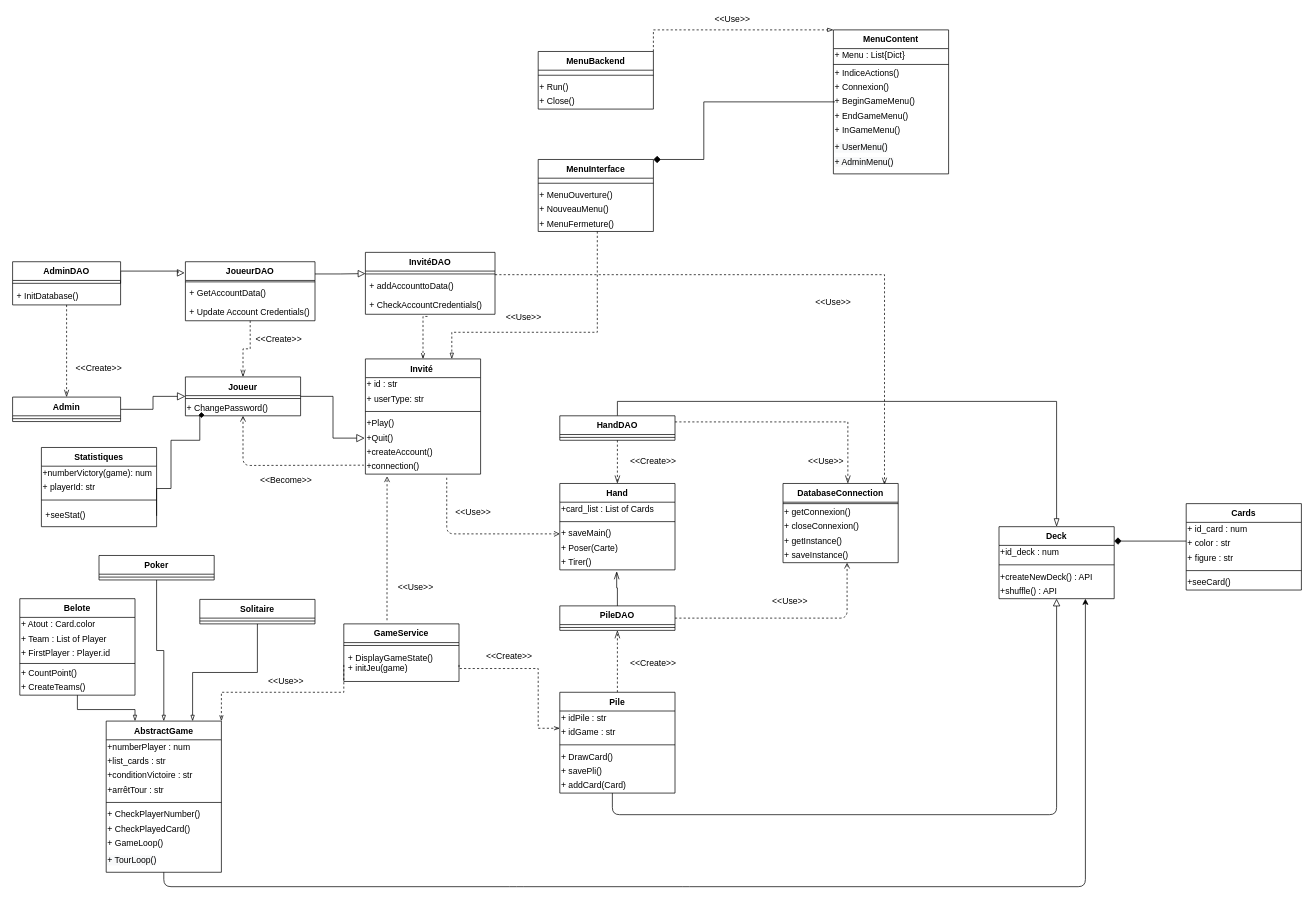
This is Diagrams/ClassDiagram.drawio from MailineN/ProjetInfo2A, a draw.io file, before an edit. Source tidied: cells renumbered, new cells numbered last; positions are measured from the earlier drawing's top-left corner, leaving out a move shared by most shapes. Both pictures are drawn from the tidied source at 72%, with x=0, y=0 at pixel (12, 12).
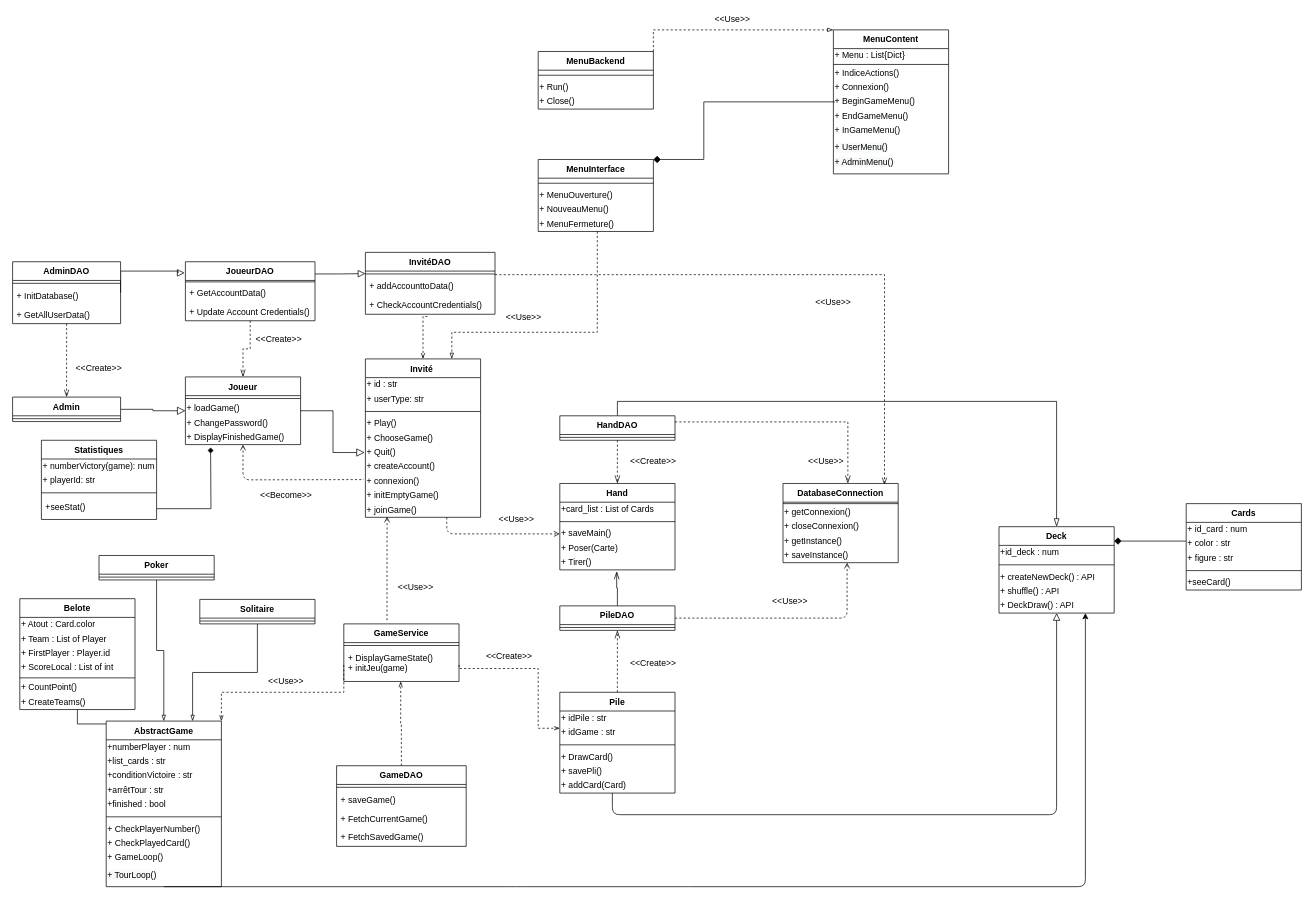
The same diagram, later.

The change refers to these unchanged cells:
```xml
<mxCell id="10" value="+ DisplayGameState()&#10;+ initJeu(game)" style="text;strokeColor=none;fillColor=none;align=left;verticalAlign=top;spacingLeft=4;spacingRight=4;overflow=hidden;points=[[0,0.5],[1,0.5]];portConstraint=eastwest;" parent="8" vertex="1">
  <mxGeometry y="34" width="160" height="46" as="geometry" />
</mxCell>
```

Diff of the diagram source:
```diff
@@
-<mxGraphModel>
+<mxGraphModel background="#ffffff">
@@
     <mxCell id="24" value="&amp;lt;&amp;lt;Use&amp;gt;&amp;gt;" style="text;html=1;strokeColor=none;fillColor=none;align=center;verticalAlign=middle;whiteSpace=wrap;rounded=0;fontColor=none;" parent="1" vertex="1">
-      <mxGeometry x="620" y="684" width="40" height="20" as="geometry" />
+      <mxGeometry x="680" y="694" width="40" height="20" as="geometry" />
     </mxCell>
@@
     <mxCell id="40" value="Deck" style="swimlane;fontStyle=1;align=center;verticalAlign=top;horizontal=1;startSize=26;fontColor=none;" parent="1" vertex="1">
-      <mxGeometry x="1370" y="714" width="160" height="100" as="geometry" />
+      <mxGeometry x="1370" y="714" width="160" height="120" as="geometry" />
     </mxCell>
@@
-    <mxCell id="43" value="+createNewDeck() : API" style="text;html=1;align=left;verticalAlign=middle;fontColor=none;" parent="40" vertex="1">
+    <mxCell id="43" value="+ createNewDeck() : API" style="text;html=1;align=left;verticalAlign=middle;fontColor=none;" parent="40" vertex="1">
       <mxGeometry y="60" width="160" height="20" as="geometry" />
     </mxCell>
-    <mxCell id="44" value="+shuffle() : API" style="text;html=1;align=left;verticalAlign=middle;fontColor=none;" parent="40" vertex="1">
+    <mxCell id="44" value="+ shuffle() : API" style="text;html=1;align=left;verticalAlign=middle;fontColor=none;" parent="40" vertex="1">
       <mxGeometry y="80" width="160" height="20" as="geometry" />
     </mxCell>
+    <mxCell id="151" value="+ DeckDraw() : API" style="text;html=1;align=left;verticalAlign=middle;fontColor=none;" parent="40" vertex="1">
+      <mxGeometry y="100" width="160" height="20" as="geometry" />
+    </mxCell>
@@
     <mxCell id="62" value="Invité " style="swimlane;fontStyle=1;align=center;verticalAlign=top;horizontal=1;startSize=26;fontColor=none;" parent="1" vertex="1">
-      <mxGeometry x="490" y="481" width="160" height="160" as="geometry" />
+      <mxGeometry x="490" y="481" width="160" height="220" as="geometry" />
     </mxCell>
@@
-    <mxCell id="66" value="+Play()" style="text;html=1;align=left;verticalAlign=middle;fontColor=none;" parent="62" vertex="1">
+    <mxCell id="66" value="+ Play()" style="text;html=1;align=left;verticalAlign=middle;fontColor=none;" parent="62" vertex="1">
       <mxGeometry y="80" width="160" height="20" as="geometry" />
     </mxCell>
+    <mxCell id="152" value="+ ChooseGame()" style="text;html=1;align=left;verticalAlign=middle;fontColor=none;" parent="62" vertex="1">
+      <mxGeometry y="100" width="160" height="20" as="geometry" />
+    </mxCell>
-    <mxCell id="67" value="+Quit()" style="text;html=1;align=left;verticalAlign=middle;points=[];fontColor=none;" parent="62" vertex="1">
-      <mxGeometry y="100" width="160" height="20" as="geometry" />
+    <mxCell id="67" value="+ Quit()" style="text;html=1;align=left;verticalAlign=middle;points=[];fontColor=none;" parent="62" vertex="1">
+      <mxGeometry y="120" width="160" height="20" as="geometry" />
     </mxCell>
-    <mxCell id="68" value="+createAccount()" style="text;html=1;align=left;verticalAlign=middle;fontColor=none;" parent="62" vertex="1">
-      <mxGeometry y="120" width="160" height="20" as="geometry" />
+    <mxCell id="68" value="+ createAccount()" style="text;html=1;align=left;verticalAlign=middle;fontColor=none;" parent="62" vertex="1">
+      <mxGeometry y="140" width="160" height="20" as="geometry" />
     </mxCell>
-    <mxCell id="69" value="+connection()" style="text;html=1;align=left;verticalAlign=middle;points=[];fontColor=none;" parent="62" vertex="1">
-      <mxGeometry y="140" width="160" height="20" as="geometry" />
+    <mxCell id="69" value="+ connexion()" style="text;html=1;align=left;verticalAlign=middle;points=[];fontColor=none;" parent="62" vertex="1">
+      <mxGeometry y="160" width="160" height="20" as="geometry" />
     </mxCell>
+    <mxCell id="153" value="+ initEmptyGame()" style="text;html=1;align=left;verticalAlign=middle;fontColor=none;" parent="62" vertex="1">
+      <mxGeometry y="180" width="160" height="20" as="geometry" />
+    </mxCell>
+    <mxCell id="154" value="+ joinGame()" style="text;html=1;align=left;verticalAlign=middle;points=[];fontColor=none;" parent="62" vertex="1">
+      <mxGeometry y="200" width="160" height="20" as="geometry" />
+    </mxCell>
     <mxCell id="70" style="endArrow=none;dashed=1;html=1;strokeWidth=1;fontColor=none;entryX=-0.013;entryY=0.379;entryDx=0;entryDy=0;entryPerimeter=0;exitX=0.5;exitY=1;exitDx=0;exitDy=0;endFill=0;startArrow=open;startFill=0;" parent="1" edge="1" source="146" target="69">
       <mxGeometry relative="1" as="geometry">
         <Array as="points">
-          <mxPoint x="320" y="629" />
+          <mxPoint x="320" y="649" />
         </Array>
       </mxGeometry>
     </mxCell>
     <mxCell id="71" value="&amp;lt;&amp;lt;Become&amp;gt;&amp;gt;" style="text;html=1;strokeColor=none;fillColor=none;align=center;verticalAlign=middle;whiteSpace=wrap;rounded=0;fontColor=none;" parent="1" vertex="1">
-      <mxGeometry x="360" y="641" width="40" height="17" as="geometry" />
+      <mxGeometry x="360" y="661" width="40" height="17" as="geometry" />
     </mxCell>
@@
     <mxCell id="76" value="AdminDAO" style="swimlane;fontStyle=1;align=center;verticalAlign=top;horizontal=1;startSize=26;fontColor=none;" parent="1" vertex="1">
-      <mxGeometry y="346" width="150" height="60" as="geometry" />
+      <mxGeometry y="346" width="150" height="86" as="geometry" />
     </mxCell>
@@
+    <mxCell id="155" value="+ GetAllUserData() " style="text;strokeColor=none;fillColor=none;align=left;verticalAlign=top;spacingLeft=4;spacingRight=4;overflow=hidden;" parent="76" vertex="1">
+      <mxGeometry y="60" width="150" height="26" as="geometry" />
+    </mxCell>
@@
-    <mxCell id="84" style="edgeStyle=orthogonalEdgeStyle;rounded=0;jettySize=auto;html=1;exitX=1;exitY=0.5;exitDx=0;exitDy=0;endArrow=diamond;endFill=1;entryX=0.113;entryY=0.95;entryDx=0;entryDy=0;entryPerimeter=0;" parent="1" edge="1" source="109" target="148">
-      <mxGeometry relative="1" as="geometry">
-        <Array as="points">
-          <mxPoint x="200" y="661" />
-          <mxPoint x="220" y="661" />
-          <mxPoint x="220" y="594" />
-          <mxPoint x="260" y="594" />
-          <mxPoint x="260" y="559" />
-        </Array>
-      </mxGeometry>
-    </mxCell>
@@
-    <mxCell id="87" style="endArrow=open;html=1;dashed=1;entryX=0.188;entryY=1.15;entryDx=0;entryDy=0;entryPerimeter=0;endFill=0;" parent="1" edge="1" target="69">
+    <mxCell id="87" style="endArrow=open;html=1;dashed=1;endFill=0;entryX=0.188;entryY=0.95;entryDx=0;entryDy=0;entryPerimeter=0;" parent="1" edge="1" target="154">
       <mxGeometry relative="1" as="geometry">
         <mxPoint x="520" y="844" as="sourcePoint" />
       </mxGeometry>
     </mxCell>
@@
-    <mxCell id="95" style="endArrow=open;html=1;dashed=1;exitX=0.706;exitY=1.25;exitDx=0;exitDy=0;exitPerimeter=0;endFill=0;" parent="1" edge="1" source="69">
+    <mxCell id="95" style="endArrow=open;html=1;dashed=1;endFill=0;" parent="1" edge="1">
       <mxGeometry relative="1" as="geometry">
+        <mxPoint x="603" y="701" as="sourcePoint" />
         <mxPoint x="760" y="724" as="targetPoint" />
         <Array as="points">
           <mxPoint x="603" y="724" />
         </Array>
       </mxGeometry>
     </mxCell>
     <mxCell id="96" value="Belote" style="swimlane;fontStyle=1;align=center;verticalAlign=top;horizontal=1;startSize=26;fontColor=none;" parent="1" vertex="1">
-      <mxGeometry x="10" y="814" width="160" height="134" as="geometry" />
+      <mxGeometry x="10" y="814" width="160" height="154" as="geometry" />
     </mxCell>
@@
+    <mxCell id="156" value="+ ScoreLocal : List of int" style="text;html=1;align=left;verticalAlign=middle;fontColor=none;" parent="96" vertex="1">
+      <mxGeometry y="86" width="160" height="20" as="geometry" />
+    </mxCell>
     <mxCell id="100" style="line;strokeWidth=1;fillColor=none;align=left;verticalAlign=middle;spacingTop=-1;spacingLeft=3;spacingRight=3;labelPosition=right;" parent="96" vertex="1">
-      <mxGeometry y="86" width="160" height="8" as="geometry" />
+      <mxGeometry y="106" width="160" height="8" as="geometry" />
     </mxCell>
     <mxCell id="101" value="+ CountPoint()" style="text;html=1;align=left;verticalAlign=middle;fontColor=none;" parent="96" vertex="1">
-      <mxGeometry y="94" width="160" height="20" as="geometry" />
+      <mxGeometry y="114" width="160" height="20" as="geometry" />
     </mxCell>
     <mxCell id="102" value="+ CreateTeams()" style="text;html=1;align=left;verticalAlign=middle;fontColor=none;" parent="96" vertex="1">
-      <mxGeometry y="114" width="160" height="20" as="geometry" />
+      <mxGeometry y="134" width="160" height="20" as="geometry" />
     </mxCell>
@@
-    <mxCell id="105" value="Statistiques" style="swimlane;fontStyle=1;align=center;verticalAlign=top;horizontal=1;startSize=26;" parent="1" vertex="1">
-      <mxGeometry x="40" y="604" width="160" height="110" as="geometry" />
-    </mxCell>
-    <mxCell id="106" value="+numberVictory(game): num" style="text;html=1;strokeColor=none;fillColor=none;align=left;verticalAlign=middle;whiteSpace=wrap;rounded=0;" parent="105" vertex="1">
-      <mxGeometry y="26" width="160" height="20" as="geometry" />
-    </mxCell>
-    <mxCell id="107" value="+ playerId: str" style="text;html=1;strokeColor=none;fillColor=none;align=left;verticalAlign=middle;whiteSpace=wrap;rounded=0;" parent="105" vertex="1">
-      <mxGeometry y="46" width="160" height="20" as="geometry" />
-    </mxCell>
-    <mxCell id="108" style="line;strokeWidth=1;fillColor=none;align=left;verticalAlign=middle;spacingTop=-1;spacingLeft=3;spacingRight=3;labelPosition=right;" parent="105" vertex="1">
-      <mxGeometry y="66" width="160" height="14" as="geometry" />
-    </mxCell>
-    <mxCell id="109" value="+seeStat()" style="text;strokeColor=none;fillColor=none;align=left;verticalAlign=top;spacingLeft=4;spacingRight=4;overflow=hidden;points=[[0,0.5],[1,0.5]];portConstraint=eastwest;" parent="105" vertex="1">
-      <mxGeometry y="80" width="160" height="30" as="geometry" />
-    </mxCell>
@@
     <mxCell id="135" value="AbstractGame" style="swimlane;fontStyle=1;align=center;verticalAlign=top;horizontal=1;startSize=26;" parent="1" vertex="1">
-      <mxGeometry x="130" y="984" width="160" height="210" as="geometry" />
+      <mxGeometry x="130" y="984" width="160" height="230" as="geometry" />
     </mxCell>
@@
+    <mxCell id="157" value="+finished : bool" style="text;html=1;align=left;verticalAlign=middle;fontColor=none;" parent="135" vertex="1">
+      <mxGeometry y="106" width="160" height="20" as="geometry" />
+    </mxCell>
     <mxCell id="140" style="line;strokeWidth=1;fillColor=none;align=left;verticalAlign=middle;spacingTop=-1;spacingLeft=3;spacingRight=3;labelPosition=right;" parent="135" vertex="1">
-      <mxGeometry y="106" width="160" height="14" as="geometry" />
+      <mxGeometry y="126" width="160" height="14" as="geometry" />
     </mxCell>
     <mxCell id="141" value="+ CheckPlayerNumber()" style="text;html=1;align=left;verticalAlign=middle;fontColor=none;" parent="135" vertex="1">
-      <mxGeometry y="120" width="160" height="20" as="geometry" />
+      <mxGeometry y="140" width="160" height="20" as="geometry" />
     </mxCell>
     <mxCell id="142" value="+ CheckPlayedCard()" style="text;html=1;align=left;verticalAlign=middle;fontColor=none;" parent="135" vertex="1">
-      <mxGeometry y="140" width="160" height="20" as="geometry" />
+      <mxGeometry y="160" width="160" height="20" as="geometry" />
     </mxCell>
     <mxCell id="143" value="+ GameLoop()" style="text;html=1;align=left;verticalAlign=middle;fontColor=none;" parent="135" vertex="1">
-      <mxGeometry y="160" width="160" height="20" as="geometry" />
+      <mxGeometry y="180" width="160" height="20" as="geometry" />
     </mxCell>
     <mxCell id="144" value="&lt;span style=&quot;color: rgb(0 , 0 , 0) ; font-family: &amp;#34;helvetica&amp;#34; ; font-size: 12px ; font-style: normal ; font-weight: 400 ; letter-spacing: normal ; text-align: left ; text-indent: 0px ; text-transform: none ; word-spacing: 0px ; background-color: rgb(248 , 249 , 250) ; display: inline ; float: none&quot;&gt;+ TourLoop()&lt;/span&gt;" style="text;whiteSpace=wrap;html=1;" parent="135" vertex="1">
-      <mxGeometry y="180" width="160" height="30" as="geometry" />
+      <mxGeometry y="200" width="160" height="30" as="geometry" />
     </mxCell>
@@
     <mxCell id="146" value="Joueur&#10;" style="swimlane;fontStyle=1;align=center;verticalAlign=top;horizontal=1;startSize=26;fontColor=none;" parent="1" vertex="1">
-      <mxGeometry x="240" y="506" width="160" height="54" as="geometry" />
+      <mxGeometry x="240" y="506" width="160" height="94" as="geometry" />
     </mxCell>
@@
+    <mxCell id="158" value="+ loadGame()" style="text;html=1;align=left;verticalAlign=middle;fontColor=none;" parent="146" vertex="1">
+      <mxGeometry y="34" width="160" height="20" as="geometry" />
+    </mxCell>
     <mxCell id="148" value="+ ChangePassword()" style="text;html=1;align=left;verticalAlign=middle;points=[];fontColor=none;" parent="146" vertex="1">
-      <mxGeometry y="34" width="160" height="20" as="geometry" />
+      <mxGeometry y="54" width="160" height="20" as="geometry" />
     </mxCell>
+    <mxCell id="159" value="+ DisplayFinishedGame()" style="text;html=1;align=left;verticalAlign=middle;fontColor=none;" parent="146" vertex="1">
+      <mxGeometry y="74" width="160" height="20" as="geometry" />
+    </mxCell>
@@
+    <mxCell id="105" value="Statistiques" style="swimlane;fontStyle=1;align=center;verticalAlign=top;horizontal=1;startSize=26;" parent="1" vertex="1">
+      <mxGeometry x="40" y="594" width="160" height="110" as="geometry" />
+    </mxCell>
+    <mxCell id="106" value="+ numberVictory(game): num" style="text;html=1;strokeColor=none;fillColor=none;align=left;verticalAlign=middle;whiteSpace=wrap;rounded=0;" parent="105" vertex="1">
+      <mxGeometry y="26" width="160" height="20" as="geometry" />
+    </mxCell>
+    <mxCell id="107" value="+ playerId: str" style="text;html=1;strokeColor=none;fillColor=none;align=left;verticalAlign=middle;whiteSpace=wrap;rounded=0;" parent="105" vertex="1">
+      <mxGeometry y="46" width="160" height="20" as="geometry" />
+    </mxCell>
+    <mxCell id="108" style="line;strokeWidth=1;fillColor=none;align=left;verticalAlign=middle;spacingTop=-1;spacingLeft=3;spacingRight=3;labelPosition=right;" parent="105" vertex="1">
+      <mxGeometry y="66" width="160" height="14" as="geometry" />
+    </mxCell>
+    <mxCell id="109" value="+seeStat()" style="text;strokeColor=none;fillColor=none;align=left;verticalAlign=top;spacingLeft=4;spacingRight=4;overflow=hidden;points=[[0,0.5],[1,0.5]];portConstraint=eastwest;" parent="105" vertex="1">
+      <mxGeometry y="80" width="160" height="30" as="geometry" />
+    </mxCell>
+    <mxCell id="160" style="edgeStyle=orthogonalEdgeStyle;rounded=0;jettySize=auto;html=1;exitX=1;exitY=0.5;exitDx=0;exitDy=0;endArrow=diamond;endFill=1;" parent="1" edge="1" source="109">
+      <mxGeometry relative="1" as="geometry">
+        <mxPoint x="275" y="604" as="targetPoint" />
+      </mxGeometry>
+    </mxCell>
+    <mxCell id="161" style="edgeStyle=orthogonalEdgeStyle;rounded=0;jettySize=auto;html=1;exitX=0.5;exitY=0;exitDx=0;exitDy=0;entryX=0.494;entryY=1;entryDx=0;entryDy=0;entryPerimeter=0;endArrow=openThin;endFill=0;dashed=1;" parent="1" edge="1" source="162" target="10">
+      <mxGeometry relative="1" as="geometry" />
+    </mxCell>
+    <mxCell id="162" value="GameDAO" style="swimlane;fontStyle=1;align=center;verticalAlign=top;horizontal=1;startSize=26;fontColor=none;" parent="1" vertex="1">
+      <mxGeometry x="450" y="1046" width="180" height="112" as="geometry" />
+    </mxCell>
+    <mxCell id="163" style="line;strokeWidth=1;fillColor=none;align=left;verticalAlign=middle;spacingTop=-1;spacingLeft=3;spacingRight=3;labelPosition=right;" parent="162" vertex="1">
+      <mxGeometry y="26" width="180" height="8" as="geometry" />
+    </mxCell>
+    <mxCell id="164" value="+ saveGame() " style="text;strokeColor=none;fillColor=none;align=left;verticalAlign=top;spacingLeft=4;spacingRight=4;overflow=hidden;" parent="162" vertex="1">
+      <mxGeometry y="34" width="180" height="26" as="geometry" />
+    </mxCell>
+    <mxCell id="165" value="+ FetchCurrentGame() " style="text;strokeColor=none;fillColor=none;align=left;verticalAlign=top;spacingLeft=4;spacingRight=4;overflow=hidden;" parent="162" vertex="1">
+      <mxGeometry y="60" width="180" height="26" as="geometry" />
+    </mxCell>
+    <mxCell id="166" value="+ FetchSavedGame() " style="text;strokeColor=none;fillColor=none;align=left;verticalAlign=top;spacingLeft=4;spacingRight=4;overflow=hidden;" parent="162" vertex="1">
+      <mxGeometry y="86" width="180" height="26" as="geometry" />
+    </mxCell>
```
